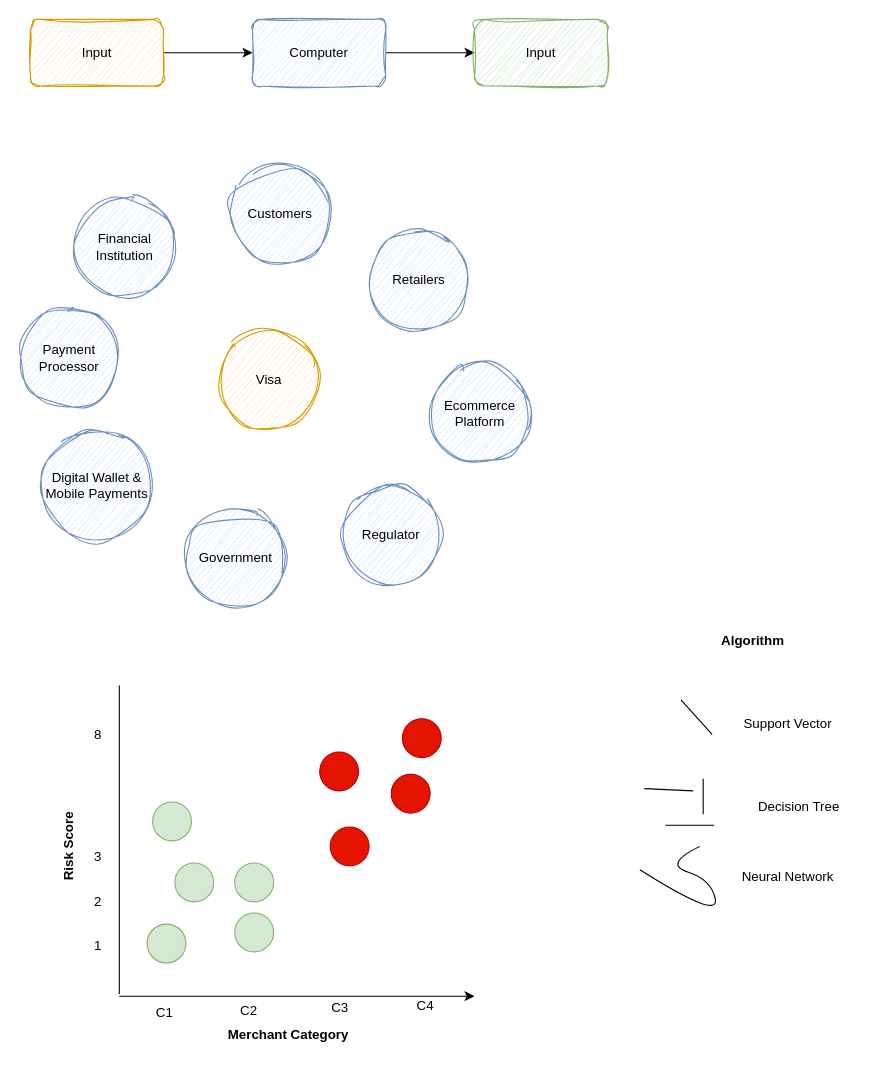
The draw.io diagram page "Summary" (1 of 5) of Presentation.drawio in ashkrit/sketch, before the edit. Source tidied: cells renumbered, new cells numbered last; positions are measured from the earlier drawing's top-left corner, leaving out a move shared by most shapes. Both pictures are drawn from the tidied source at 111%, with x=0, y=0 at pixel (19, 19).
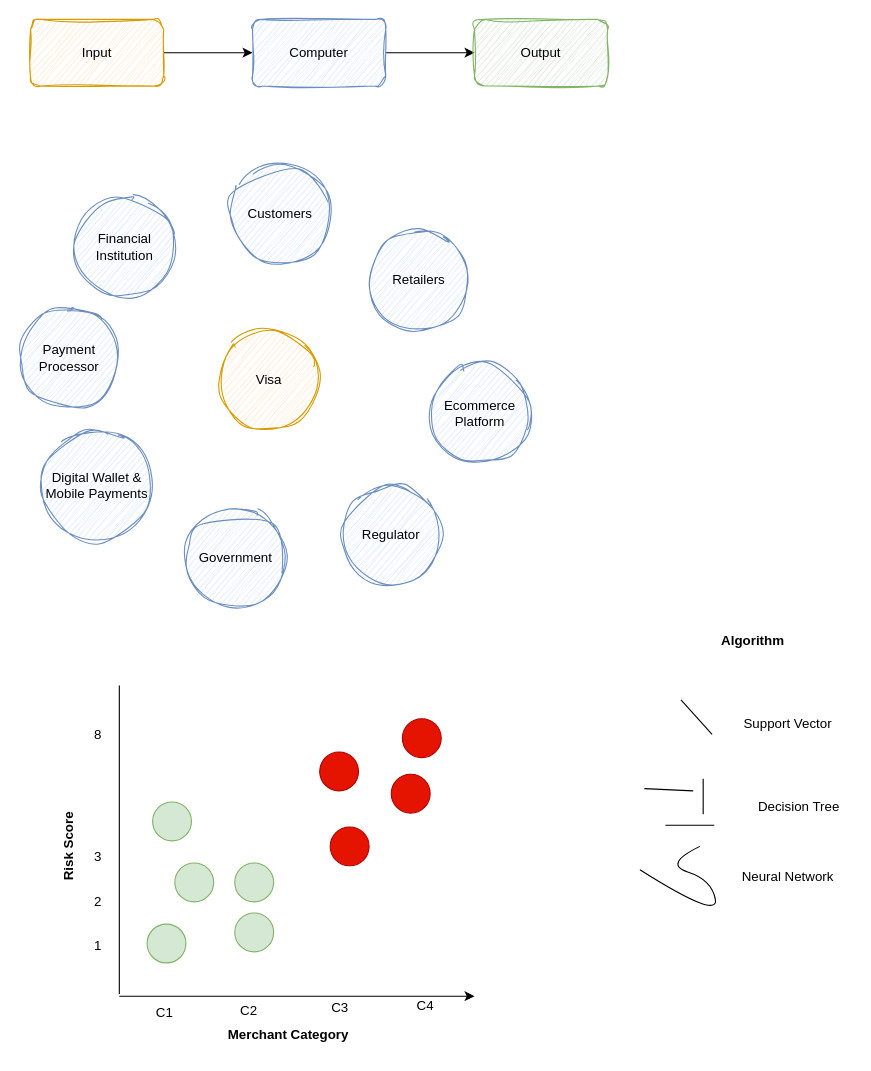
The same page after the edit.

The edit, as a diff of the source:
```diff
@@
-    <mxCell id="6" value="Input" style="rounded=1;whiteSpace=wrap;html=1;fillColor=#d5e8d4;strokeColor=#82b366;sketch=1;curveFitting=1;jiggle=2;" parent="1" vertex="1">
+    <mxCell id="6" value="Output" style="rounded=1;whiteSpace=wrap;html=1;fillColor=#d5e8d4;strokeColor=#82b366;sketch=1;curveFitting=1;jiggle=2;" parent="1" vertex="1">
       <mxGeometry x="410" width="120" height="60" as="geometry" />
     </mxCell>
```
